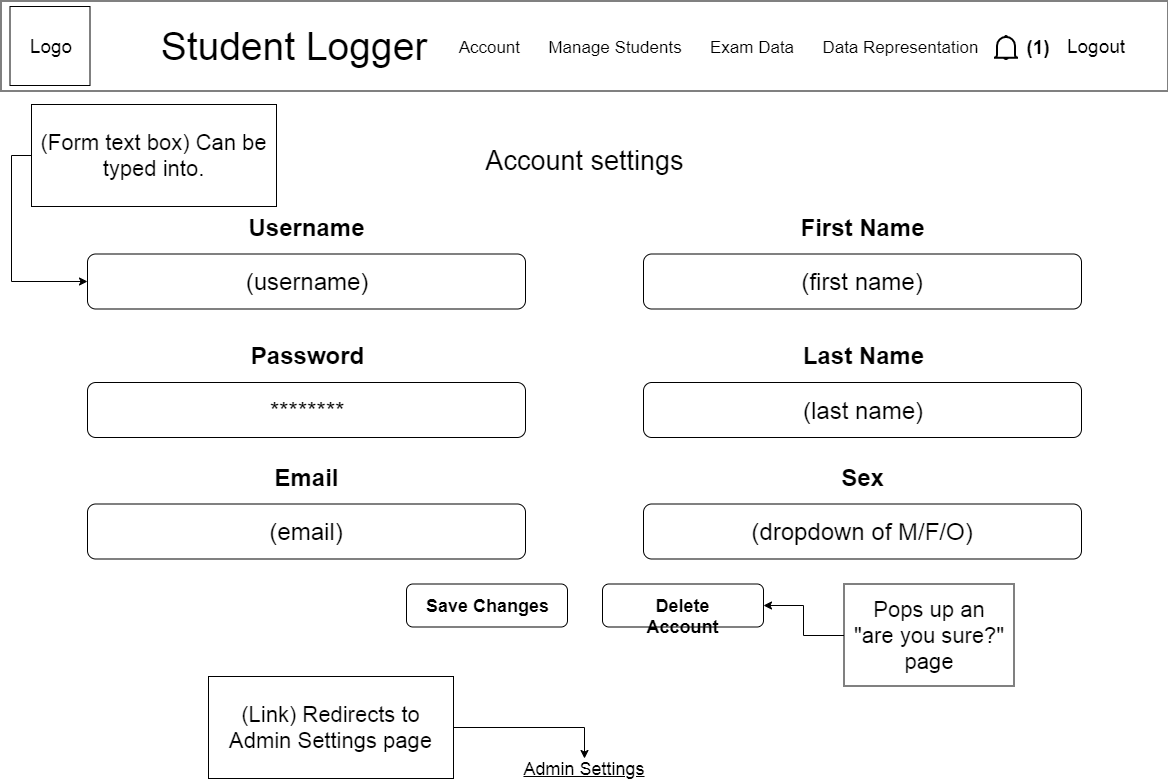
Before: diagrams/images/Account page.png, a diagram exported from draw.io (SheriffEllis/StudentLogger). Source tidied: cells renumbered, new cells last; positions are measured from the earlier drawing's top-left corner, leaving out a move shared by most shapes.
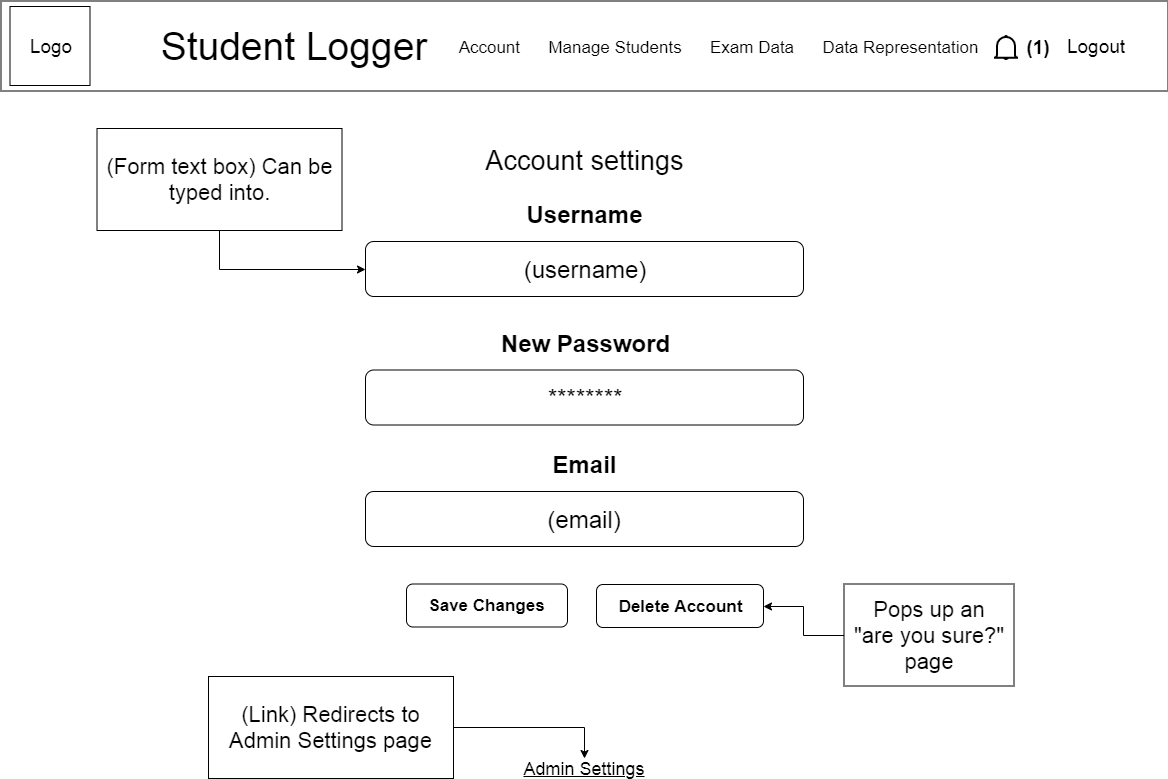
After the commit.

Change to the diagram source:
```diff
@@ -6,31 +6,31 @@
       <mxGeometry x="466" y="132" width="237" height="54" as="geometry" />
     </mxCell>
     <mxCell id="3" value="(username)" style="rounded=1;whiteSpace=wrap;html=1;fontSize=24;" parent="1" vertex="1">
-      <mxGeometry x="87" y="252.5" width="438" height="55" as="geometry" />
+      <mxGeometry x="365" y="240" width="438" height="55" as="geometry" />
     </mxCell>
     <mxCell id="4" value="********" style="rounded=1;whiteSpace=wrap;html=1;fontSize=24;" parent="1" vertex="1">
-      <mxGeometry x="87" y="381" width="438" height="55" as="geometry" />
+      <mxGeometry x="365" y="368.5" width="438" height="55" as="geometry" />
     </mxCell>
     <mxCell id="5" value="(email)" style="rounded=1;whiteSpace=wrap;html=1;fontSize=24;" parent="1" vertex="1">
-      <mxGeometry x="87" y="502.5" width="438" height="55" as="geometry" />
+      <mxGeometry x="365" y="490" width="438" height="55" as="geometry" />
     </mxCell>
-    <mxCell id="6" value="Save Changes" style="rounded=1;whiteSpace=wrap;html=1;fontSize=18;fontStyle=1;" parent="1" vertex="1">
+    <mxCell id="6" value="Save Changes" style="rounded=1;whiteSpace=wrap;html=1;fontSize=17;fontStyle=1;" parent="1" vertex="1">
       <mxGeometry x="406" y="582.5" width="161" height="43" as="geometry" />
     </mxCell>
     <mxCell id="7" value="Admin Settings" style="text;html=1;strokeColor=none;fillColor=none;align=center;verticalAlign=middle;whiteSpace=wrap;rounded=0;fontSize=18;fontStyle=4;" parent="1" vertex="1">
       <mxGeometry x="457" y="757" width="254" height="20" as="geometry" />
     </mxCell>
     <mxCell id="8" value="Username" style="text;html=1;strokeColor=none;fillColor=none;align=center;verticalAlign=middle;whiteSpace=wrap;rounded=0;fontSize=24;fontStyle=1;" parent="1" vertex="1">
-      <mxGeometry x="188" y="198.5" width="237" height="54" as="geometry" />
+      <mxGeometry x="466" y="186" width="237" height="54" as="geometry" />
     </mxCell>
-    <mxCell id="9" value="Password" style="text;html=1;strokeColor=none;fillColor=none;align=center;verticalAlign=middle;whiteSpace=wrap;rounded=0;fontSize=24;fontStyle=1;" parent="1" vertex="1">
-      <mxGeometry x="188" y="327" width="237" height="54" as="geometry" />
+    <mxCell id="9" value="New Password" style="text;html=1;strokeColor=none;fillColor=none;align=center;verticalAlign=middle;whiteSpace=wrap;rounded=0;fontSize=24;fontStyle=1;" parent="1" vertex="1">
+      <mxGeometry x="466" y="314.5" width="237" height="54" as="geometry" />
     </mxCell>
     <mxCell id="10" value="Email" style="text;html=1;strokeColor=none;fillColor=none;align=center;verticalAlign=middle;whiteSpace=wrap;rounded=0;fontSize=24;fontStyle=1;" parent="1" vertex="1">
-      <mxGeometry x="188" y="448.5" width="237" height="54" as="geometry" />
+      <mxGeometry x="466" y="436" width="237" height="54" as="geometry" />
     </mxCell>
-    <mxCell id="11" value="Delete Account" style="rounded=1;whiteSpace=wrap;html=1;fontSize=18;fontStyle=1;" parent="1" vertex="1">
-      <mxGeometry x="602" y="582.5" width="161" height="43" as="geometry" />
+    <mxCell id="11" value="Delete Account" style="rounded=1;whiteSpace=wrap;html=1;fontSize=17;fontStyle=1;verticalAlign=middle;align=center;" parent="1" vertex="1">
+      <mxGeometry x="596" y="583" width="167" height="43" as="geometry" />
     </mxCell>
     <mxCell id="12" style="edgeStyle=orthogonalEdgeStyle;rounded=0;jettySize=auto;html=1;exitX=0;exitY=0.5;exitDx=0;exitDy=0;entryX=1;entryY=0.5;entryDx=0;entryDy=0;fontSize=22;" parent="1" edge="1" source="13" target="11">
       <mxGeometry relative="1" as="geometry" />
@@ -59,35 +59,17 @@
     <mxCell id="20" value="&lt;font style=&quot;font-size: 19px&quot;&gt;&lt;b&gt;(1)&lt;/b&gt;&lt;/font&gt;" style="text;html=1;strokeColor=none;fillColor=none;align=center;verticalAlign=middle;whiteSpace=wrap;rounded=0;" parent="1" vertex="1">
       <mxGeometry x="1017.5" y="36" width="40" height="20" as="geometry" />
     </mxCell>
-    <mxCell id="21" value="(first name)" style="rounded=1;whiteSpace=wrap;html=1;fontSize=24;" parent="1" vertex="1">
-      <mxGeometry x="643" y="252.5" width="438" height="55" as="geometry" />
-    </mxCell>
-    <mxCell id="22" value="(last name)" style="rounded=1;whiteSpace=wrap;html=1;fontSize=24;" parent="1" vertex="1">
-      <mxGeometry x="643" y="381" width="438" height="55" as="geometry" />
-    </mxCell>
-    <mxCell id="23" value="(dropdown of M/F/O)" style="rounded=1;whiteSpace=wrap;html=1;fontSize=24;" parent="1" vertex="1">
-      <mxGeometry x="643" y="502.5" width="438" height="55" as="geometry" />
-    </mxCell>
-    <mxCell id="24" value="First Name" style="text;html=1;strokeColor=none;fillColor=none;align=center;verticalAlign=middle;whiteSpace=wrap;rounded=0;fontSize=24;fontStyle=1;" parent="1" vertex="1">
-      <mxGeometry x="744" y="198.5" width="237" height="54" as="geometry" />
-    </mxCell>
-    <mxCell id="25" value="Last Name" style="text;html=1;strokeColor=none;fillColor=none;align=center;verticalAlign=middle;whiteSpace=wrap;rounded=0;fontSize=24;fontStyle=1;" parent="1" vertex="1">
-      <mxGeometry x="744" y="327" width="237" height="54" as="geometry" />
-    </mxCell>
-    <mxCell id="26" value="Sex" style="text;html=1;strokeColor=none;fillColor=none;align=center;verticalAlign=middle;whiteSpace=wrap;rounded=0;fontSize=24;fontStyle=1;" parent="1" vertex="1">
-      <mxGeometry x="744" y="448.5" width="237" height="54" as="geometry" />
-    </mxCell>
     <mxCell id="27" style="edgeStyle=orthogonalEdgeStyle;rounded=0;jettySize=auto;html=1;exitX=1;exitY=0.5;exitDx=0;exitDy=0;entryX=0.5;entryY=0;entryDx=0;entryDy=0;" parent="1" edge="1" source="28" target="7">
       <mxGeometry relative="1" as="geometry" />
     </mxCell>
     <mxCell id="28" value="(Link) Redirects to Admin Settings page" style="rounded=0;whiteSpace=wrap;html=1;fontSize=22;spacingLeft=5;spacingRight=5;" parent="1" vertex="1">
       <mxGeometry x="208" y="675" width="245" height="102" as="geometry" />
     </mxCell>
-    <mxCell id="29" style="edgeStyle=orthogonalEdgeStyle;rounded=0;jettySize=auto;html=1;exitX=0;exitY=0.5;exitDx=0;exitDy=0;entryX=0;entryY=0.5;entryDx=0;entryDy=0;" parent="1" edge="1" source="30" target="3">
+    <mxCell id="29" style="edgeStyle=orthogonalEdgeStyle;rounded=0;jettySize=auto;html=1;exitX=0.5;exitY=1;exitDx=0;exitDy=0;entryX=0;entryY=0.5;entryDx=0;entryDy=0;" parent="1" edge="1" source="30" target="3">
       <mxGeometry relative="1" as="geometry" />
     </mxCell>
     <mxCell id="30" value="(Form text box) Can be typed into." style="rounded=0;whiteSpace=wrap;html=1;fontSize=22;spacingLeft=5;spacingRight=5;" parent="1" vertex="1">
-      <mxGeometry x="31" y="103" width="245" height="102" as="geometry" />
+      <mxGeometry x="96.5" y="127" width="245" height="102" as="geometry" />
     </mxCell>
   </root>
 </mxGraphModel>
```
